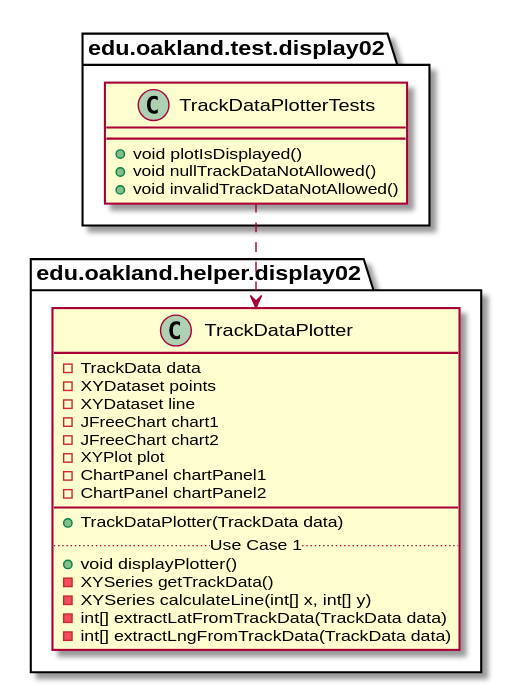
Above: docs/uml-class-diagrams/display02/test/TrackDataPlotterTests/TrackDataPlotterTests_Closure.svg in andrewdimmer/csi-3370-software-project (PlantUML), before the change.
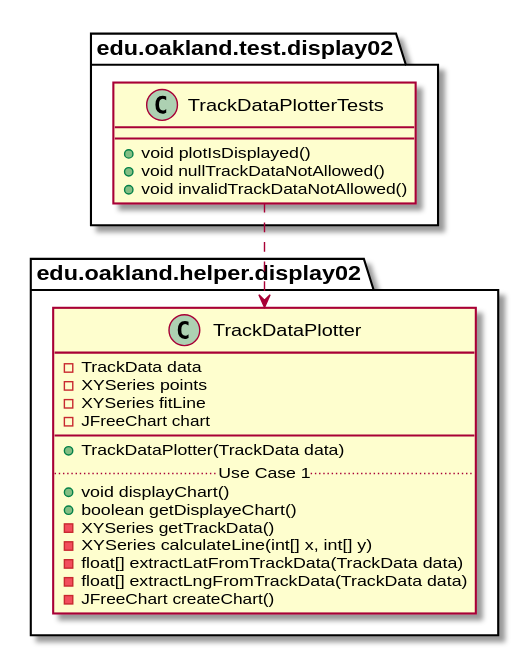
Later version of the same file.

Diff of the diagram source:
```diff
@@ -15,21 +15,19 @@
 package edu.oakland.helper.display02 {
     class TrackDataPlotter {
         - TrackData data
-        - XYDataset points
-        - XYDataset line
-        - JFreeChart chart1
-        - JFreeChart chart2
-        - XYPlot plot
-        - ChartPanel chartPanel1
-        - ChartPanel chartPanel2
+        - XYSeries points
+        - XYSeries fitLine
+        - JFreeChart chart
         __
         + TrackDataPlotter(TrackData data)
         .. Use Case 1 ..
-        + void displayPlotter()
+        + void displayChart()
+        + boolean getDisplayeChart()
         - XYSeries getTrackData()
         - XYSeries calculateLine(int[] x, int[] y)
-        - int[] extractLatFromTrackData(TrackData data)
-        - int[] extractLngFromTrackData(TrackData data)
+        - float[] extractLatFromTrackData(TrackData data)
+        - float[] extractLngFromTrackData(TrackData data)
+        - JFreeChart createChart()
     }
 }
 
```
